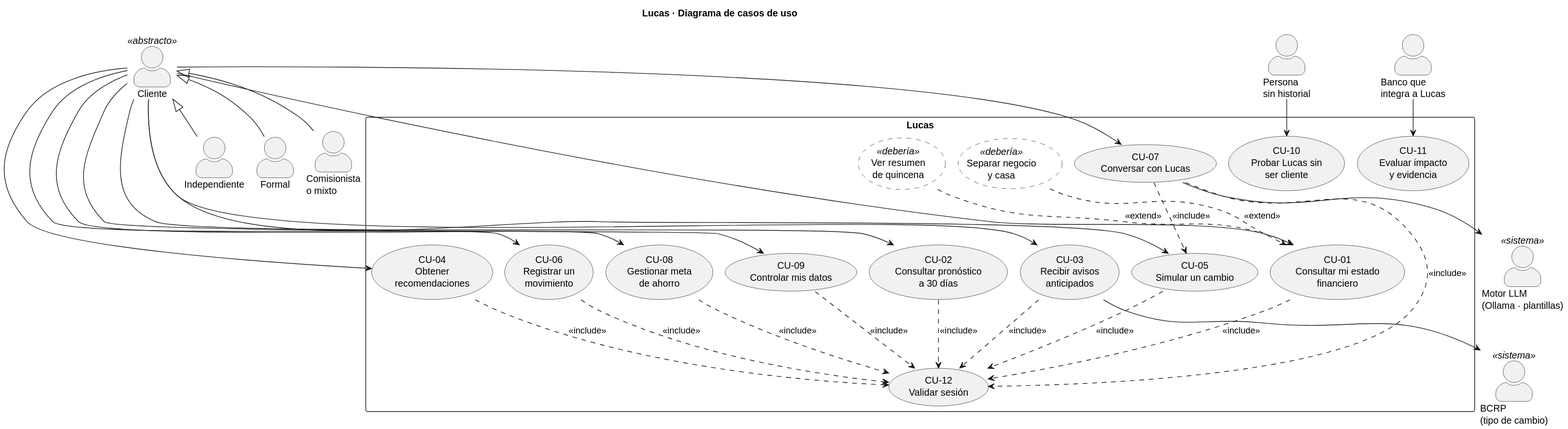
Above: docs/diagramas/casos-uso.svg in Nakusuo/Hackathon-BBVA-2026 (PlantUML), before the change.
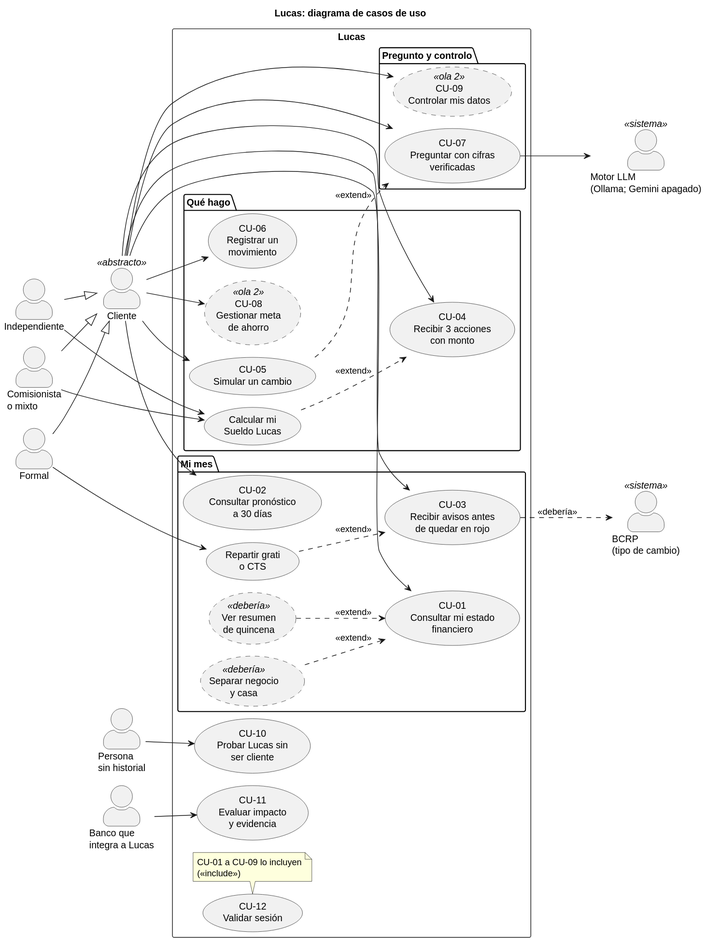
After the commit.

Commit message:
docs(arq): correcciones de los jueces a los casos de uso

Change to the diagram source:
```diff
@@ -1,12 +1,13 @@
 @startuml
 !pragma layout smetana
+left to right direction
 skinparam actorStyle awesome
 skinparam usecase {
-  BackgroundColor<<debería>> #FFFFFF
   BorderStyle<<debería>> dashed
+  BorderStyle<<ola 2>> dashed
 }
 
-title Lucas · Diagrama de casos de uso
+title Lucas: diagrama de casos de uso
 
 actor "Cliente" as Cliente <<abstracto>>
 actor "Independiente" as Independiente
@@ -15,30 +16,38 @@
 actor "Persona\nsin historial" as Prospecto
 actor "Banco que\nintegra a Lucas" as Banco
 
-Cliente <|-- Independiente
-Cliente <|-- Formal
-Cliente <|-- Mixto
-
-actor "Motor LLM\n(Ollama · plantillas)" as LLM <<sistema>>
-actor "BCRP\n(tipo de cambio)" as BCRP <<sistema>>
+Independiente --|> Cliente
+Formal --|> Cliente
+Mixto --|> Cliente
 
 rectangle "Lucas" {
-  usecase "CU-01\nConsultar mi estado\nfinanciero" as CU01
-  usecase "CU-02\nConsultar pronóstico\na 30 días" as CU02
-  usecase "CU-03\nRecibir avisos\nanticipados" as CU03
-  usecase "CU-04\nObtener\nrecomendaciones" as CU04
-  usecase "CU-05\nSimular un cambio" as CU05
-  usecase "CU-06\nRegistrar un\nmovimiento" as CU06
-  usecase "CU-07\nConversar con Lucas" as CU07
-  usecase "CU-08\nGestionar meta\nde ahorro" as CU08
-  usecase "CU-09\nControlar mis datos" as CU09
+  package "Mi mes" {
+    usecase "CU-01\nConsultar mi estado\nfinanciero" as CU01
+    usecase "CU-02\nConsultar pronóstico\na 30 días" as CU02
+    usecase "CU-03\nRecibir avisos antes\nde quedar en rojo" as CU03
+    usecase "Repartir grati\no CTS" as EXT05
+    usecase "Ver resumen\nde quincena" as EXT22 <<debería>>
+    usecase "Separar negocio\ny casa" as EXT25 <<debería>>
+  }
+  package "Qué hago" {
+    usecase "CU-04\nRecibir 3 acciones\ncon monto" as CU04
+    usecase "Calcular mi\nSueldo Lucas" as EXT07
+    usecase "CU-05\nSimular un cambio" as CU05
+    usecase "CU-06\nRegistrar un\nmovimiento" as CU06
+    usecase "CU-08\nGestionar meta\nde ahorro" as CU08 <<ola 2>>
+  }
+  package "Pregunto y controlo" {
+    usecase "CU-07\nPreguntar con cifras\nverificadas" as CU07
+    usecase "CU-09\nControlar mis datos" as CU09 <<ola 2>>
+  }
   usecase "CU-10\nProbar Lucas sin\nser cliente" as CU10
   usecase "CU-11\nEvaluar impacto\ny evidencia" as CU11
   usecase "CU-12\nValidar sesión" as CU12
+  note bottom of CU12 : CU-01 a CU-09 lo incluyen\n(<<include>>)
+}
 
-  usecase "Ver resumen\nde quincena" as EXT22 <<debería>>
-  usecase "Separar negocio\ny casa" as EXT25 <<debería>>
-}
+actor "Motor LLM\n(Ollama; Gemini apagado)" as LLM <<sistema>>
+actor "BCRP\n(tipo de cambio)" as BCRP <<sistema>>
 
 Cliente --> CU01
 Cliente --> CU02
@@ -49,23 +58,18 @@
 Cliente --> CU07
 Cliente --> CU08
 Cliente --> CU09
+Formal --> EXT05
+Independiente --> EXT07
+Mixto --> EXT07
 Prospecto --> CU10
 Banco --> CU11
 
 CU07 --> LLM
-CU03 --> BCRP
+CU03 ..> BCRP : <<debería>>
 
-CU01 ..> CU12 : <<include>>
-CU02 ..> CU12 : <<include>>
-CU03 ..> CU12 : <<include>>
-CU04 ..> CU12 : <<include>>
-CU05 ..> CU12 : <<include>>
-CU06 ..> CU12 : <<include>>
-CU07 ..> CU12 : <<include>>
-CU08 ..> CU12 : <<include>>
-CU09 ..> CU12 : <<include>>
-CU07 ..> CU05 : <<include>>
-
+EXT05 ..> CU03 : <<extend>>
+EXT07 ..> CU04 : <<extend>>
+CU05 ..> CU07 : <<extend>>
 EXT22 ..> CU01 : <<extend>>
 EXT25 ..> CU01 : <<extend>>
 @enduml
```
